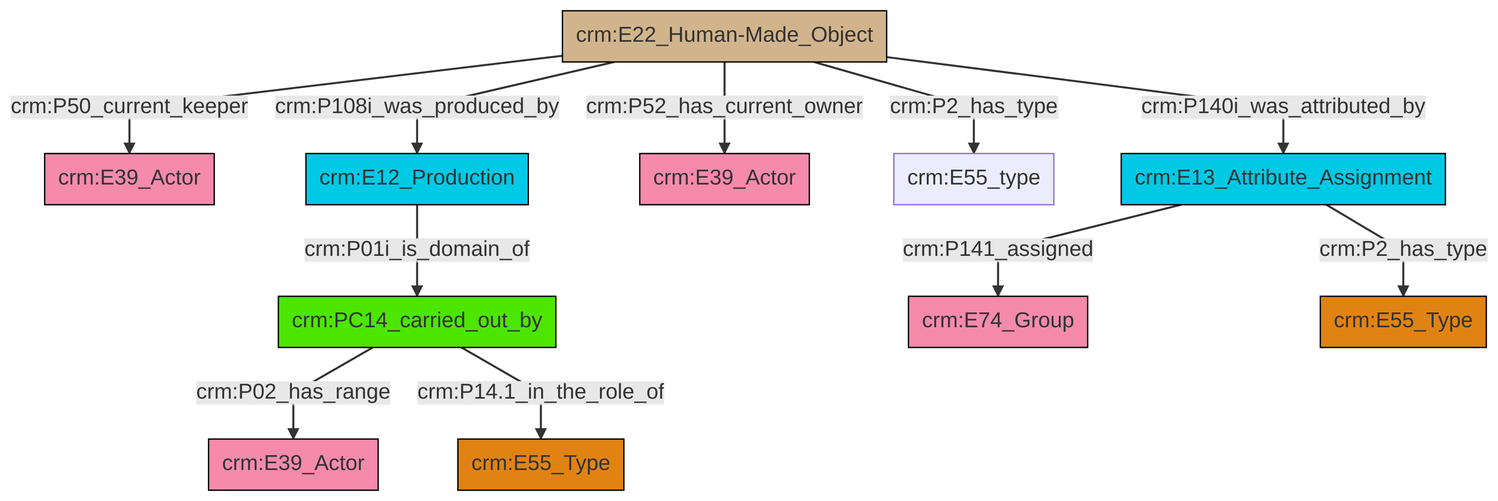
swiss-art-research-net/reference-data-models keeps this Mermaid diagram as et/artworkCSV/ttl/mmd/png/Artwork_Actor_Relations.png. Above is the earlier version. Its source is kept beside it as et/artworkCSV/ttl/mmd/Artwork_Actor_Relations.ttl.mmd.
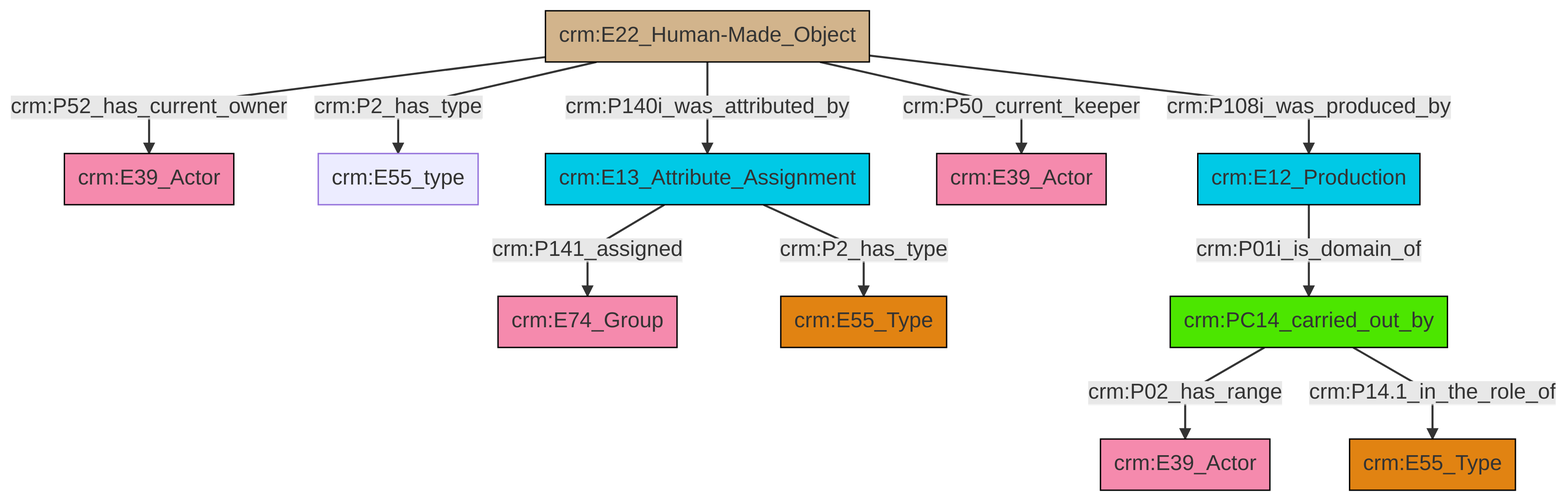
Later version of the same file.

What changed in the source:
```diff
@@ -13,13 +13,13 @@
 classDef PC_Classes fill:#4ce600, stroke:#000000;
 classDef Multi fill:#cccccc,stroke:#000000;
 
-0["crm:E22_Human-Made_Object"]:::Physical_Thing -->|crm:P50_current_keeper| 1["crm:E39_Actor"]:::Actor
-2["crm:E13_Attribute_Assignment"]:::Temporal_Entity -->|crm:P141_assigned| 3["crm:E74_Group"]:::Actor
-0["crm:E22_Human-Made_Object"]:::Physical_Thing -->|crm:P108i_was_produced_by| 4["crm:E12_Production"]:::Temporal_Entity
-5["crm:PC14_carried_out_by"]:::PC_Classes -->|crm:P02_has_range| 6["crm:E39_Actor"]:::Actor
-0["crm:E22_Human-Made_Object"]:::Physical_Thing -->|crm:P52_has_current_owner| 11["crm:E39_Actor"]:::Actor
-2["crm:E13_Attribute_Assignment"]:::Temporal_Entity -->|crm:P2_has_type| 7["crm:E55_Type"]:::Type
-5["crm:PC14_carried_out_by"]:::PC_Classes -->|crm:P14.1_in_the_role_of| 14["crm:E55_Type"]:::Type
-4["crm:E12_Production"]:::Temporal_Entity -->|crm:P01i_is_domain_of| 5["crm:PC14_carried_out_by"]:::PC_Classes
-0["crm:E22_Human-Made_Object"]:::Physical_Thing -->|crm:P2_has_type| 9["crm:E55_type"]:::Default
-0["crm:E22_Human-Made_Object"]:::Physical_Thing -->|crm:P140i_was_attributed_by| 2["crm:E13_Attribute_Assignment"]:::Temporal_Entity
+0["crm:E13_Attribute_Assignment"]:::Temporal_Entity -->|crm:P141_assigned| 1["crm:E74_Group"]:::Actor
+4["crm:E22_Human-Made_Object"]:::Physical_Thing -->|crm:P52_has_current_owner| 2["crm:E39_Actor"]:::Actor
+4["crm:E22_Human-Made_Object"]:::Physical_Thing -->|crm:P2_has_type| 5["crm:E55_type"]:::Default
+6["crm:PC14_carried_out_by"]:::PC_Classes -->|crm:P02_has_range| 7["crm:E39_Actor"]:::Actor
+10["crm:E12_Production"]:::Temporal_Entity -->|crm:P01i_is_domain_of| 6["crm:PC14_carried_out_by"]:::PC_Classes
+4["crm:E22_Human-Made_Object"]:::Physical_Thing -->|crm:P140i_was_attributed_by| 0["crm:E13_Attribute_Assignment"]:::Temporal_Entity
+0["crm:E13_Attribute_Assignment"]:::Temporal_Entity -->|crm:P2_has_type| 14["crm:E55_Type"]:::Type
+4["crm:E22_Human-Made_Object"]:::Physical_Thing -->|crm:P50_current_keeper| 8["crm:E39_Actor"]:::Actor
+6["crm:PC14_carried_out_by"]:::PC_Classes -->|crm:P14.1_in_the_role_of| 17["crm:E55_Type"]:::Type
+4["crm:E22_Human-Made_Object"]:::Physical_Thing -->|crm:P108i_was_produced_by| 10["crm:E12_Production"]:::Temporal_Entity
```
